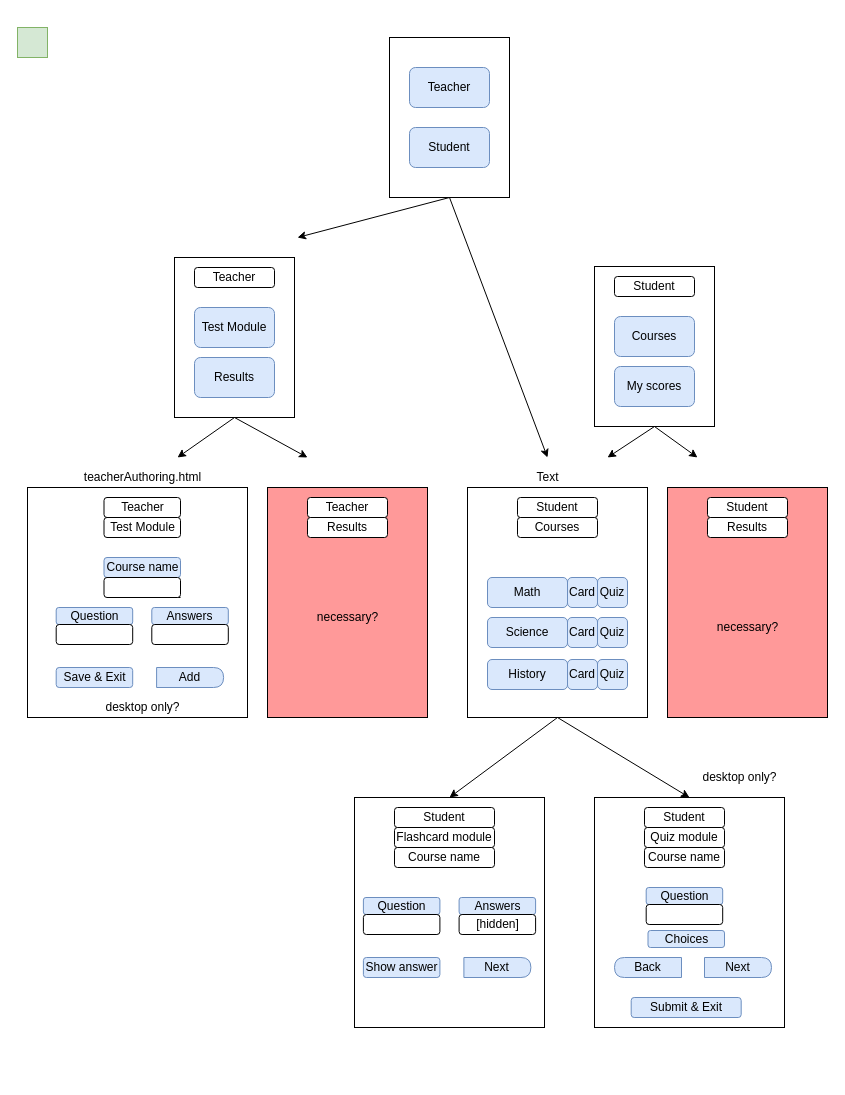
Yousef-Emadi/ZOE-Website keeps this draw.io diagram as page "Page-1" (1 of 2) of Untitled Diagram.drawio. Above is the earlier version. Source tidied: cells renumbered, new cells numbered last; positions are measured from the earlier drawing's top-left corner, leaving out a move shared by most shapes. Both pictures are drawn from the tidied source at 100%, with x=0, y=0 at pixel (17, 27).
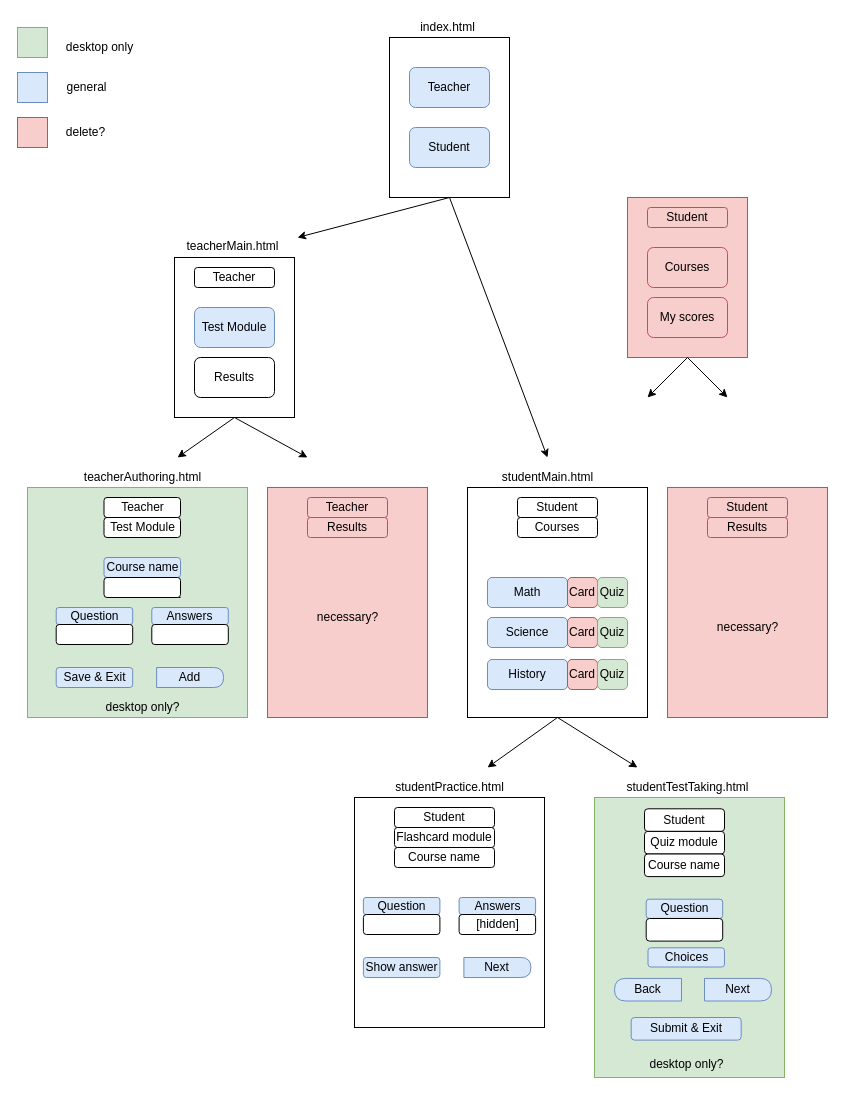
Above is the later version.

Unchanged cells that the change refers to:
```xml
<mxCell id="9" style="group;" parent="1" vertex="1">
  <mxGeometry x="10" y="460" width="220" height="230" as="geometry" />
</mxCell>
<mxCell id="23" style="group;fillColor=#FF6666;" parent="1" vertex="1">
  <mxGeometry x="250" y="460" width="160" height="230" as="geometry" />
</mxCell>
<mxCell id="40" style="rounded=0;whiteSpace=wrap;html=1;" parent="1" vertex="1">
  <mxGeometry x="450" y="460" width="180" height="230" as="geometry" />
</mxCell>
<mxCell id="53" style="rounded=0;whiteSpace=wrap;html=1;" parent="52" vertex="1">
  <mxGeometry width="190" height="230" as="geometry" />
</mxCell>
<mxCell id="76" style="group;" parent="1" vertex="1">
  <mxGeometry x="157" y="230" width="120" height="160" as="geometry" />
</mxCell>
```

Change to the diagram source:
```diff
@@
-    <mxCell id="10" style="rounded=0;whiteSpace=wrap;html=1;" parent="9" vertex="1">
+    <mxCell id="10" style="rounded=0;whiteSpace=wrap;html=1;fillColor=#d5e8d4;strokeColor=#82b366;" parent="9" vertex="1">
       <mxGeometry width="220" height="230" as="geometry" />
     </mxCell>
@@
-    <mxCell id="24" style="rounded=0;whiteSpace=wrap;html=1;fillColor=#FF9999;" parent="23" vertex="1">
+    <mxCell id="24" style="rounded=0;whiteSpace=wrap;html=1;fillColor=#f8cecc;strokeColor=#b85450;" parent="23" vertex="1">
       <mxGeometry width="160" height="230" as="geometry" />
     </mxCell>
-    <mxCell id="25" value="Teacher" style="rounded=1;whiteSpace=wrap;html=1;" parent="23" vertex="1">
+    <mxCell id="25" value="Teacher" style="rounded=1;whiteSpace=wrap;html=1;fillColor=#f8cecc;strokeColor=#b85450;" parent="23" vertex="1">
       <mxGeometry x="40" y="10" width="80" height="20" as="geometry" />
     </mxCell>
-    <mxCell id="26" value="Results" style="rounded=1;whiteSpace=wrap;html=1;" parent="23" vertex="1">
+    <mxCell id="26" value="Results" style="rounded=1;whiteSpace=wrap;html=1;fillColor=#f8cecc;strokeColor=#b85450;" parent="23" vertex="1">
       <mxGeometry x="40" y="30" width="80" height="20" as="geometry" />
     </mxCell>
@@
     <mxCell id="28" style="group;fillColor=#f8cecc;strokeColor=#b85450;" parent="1" vertex="1">
-      <mxGeometry x="577" y="239" width="120" height="160" as="geometry" />
+      <mxGeometry x="610" y="170" width="120" height="160" as="geometry" />
     </mxCell>
-    <mxCell id="29" style="rounded=0;whiteSpace=wrap;html=1;" parent="28" vertex="1">
+    <mxCell id="29" style="rounded=0;whiteSpace=wrap;html=1;fillColor=#f8cecc;strokeColor=#b85450;" parent="28" vertex="1">
       <mxGeometry width="120" height="160" as="geometry" />
     </mxCell>
-    <mxCell id="30" value="Student" style="rounded=1;whiteSpace=wrap;html=1;" parent="28" vertex="1">
+    <mxCell id="30" value="Student" style="rounded=1;whiteSpace=wrap;html=1;fillColor=#f8cecc;strokeColor=#b85450;" parent="28" vertex="1">
       <mxGeometry x="20" y="10" width="80" height="20" as="geometry" />
     </mxCell>
-    <mxCell id="31" value="Courses" style="rounded=1;whiteSpace=wrap;html=1;fillColor=#dae8fc;strokeColor=#6c8ebf;" parent="28" vertex="1">
+    <mxCell id="31" value="Courses" style="rounded=1;whiteSpace=wrap;html=1;fillColor=#f8cecc;strokeColor=#b85450;" parent="28" vertex="1">
       <mxGeometry x="20" y="50" width="80" height="40" as="geometry" />
     </mxCell>
-    <mxCell id="32" value="My scores" style="rounded=1;whiteSpace=wrap;html=1;fillColor=#dae8fc;strokeColor=#6c8ebf;" parent="28" vertex="1">
+    <mxCell id="32" value="My scores" style="rounded=1;whiteSpace=wrap;html=1;fillColor=#f8cecc;strokeColor=#b85450;" parent="28" vertex="1">
       <mxGeometry x="20" y="100" width="80" height="40" as="geometry" />
     </mxCell>
-    <mxCell id="33" style="group;fillColor=#FF9999;" parent="1" vertex="1">
+    <mxCell id="33" style="group;fillColor=#f8cecc;strokeColor=#b85450;" parent="1" vertex="1">
       <mxGeometry x="650" y="460" width="160" height="230" as="geometry" />
     </mxCell>
-    <mxCell id="34" style="rounded=0;whiteSpace=wrap;html=1;fillColor=#FF9999;" parent="33" vertex="1">
+    <mxCell id="34" style="rounded=0;whiteSpace=wrap;html=1;fillColor=#f8cecc;strokeColor=#b85450;" parent="33" vertex="1">
       <mxGeometry width="160" height="230" as="geometry" />
     </mxCell>
-    <mxCell id="35" value="Student" style="rounded=1;whiteSpace=wrap;html=1;" parent="33" vertex="1">
+    <mxCell id="35" value="Student" style="rounded=1;whiteSpace=wrap;html=1;fillColor=#f8cecc;strokeColor=#b85450;" parent="33" vertex="1">
       <mxGeometry x="40" y="10" width="80" height="20" as="geometry" />
     </mxCell>
-    <mxCell id="36" value="Results" style="rounded=1;whiteSpace=wrap;html=1;" parent="33" vertex="1">
+    <mxCell id="36" value="Results" style="rounded=1;whiteSpace=wrap;html=1;fillColor=#f8cecc;strokeColor=#b85450;" parent="33" vertex="1">
       <mxGeometry x="40" y="30" width="80" height="20" as="geometry" />
     </mxCell>
@@
     <mxCell id="38" style="endArrow=classic;html=1;exitX=0.5;exitY=1;exitDx=0;exitDy=0;" parent="1" edge="1" source="29">
       <mxGeometry relative="1" as="geometry">
-        <mxPoint x="680" y="430" as="targetPoint" />
+        <mxPoint x="710" y="370" as="targetPoint" />
       </mxGeometry>
     </mxCell>
     <mxCell id="39" style="endArrow=classic;html=1;exitX=0.5;exitY=1;exitDx=0;exitDy=0;" parent="1" edge="1" source="29">
       <mxGeometry relative="1" as="geometry">
-        <mxPoint x="590" y="430" as="targetPoint" />
+        <mxPoint x="630" y="370" as="targetPoint" />
       </mxGeometry>
     </mxCell>
@@
-    <mxCell id="46" value="Card" style="rounded=1;whiteSpace=wrap;html=1;fillColor=#dae8fc;strokeColor=#6c8ebf;" parent="1" vertex="1">
+    <mxCell id="46" value="Card" style="rounded=1;whiteSpace=wrap;html=1;fillColor=#f8cecc;strokeColor=#b85450;" parent="1" vertex="1">
       <mxGeometry x="550" y="550" width="30" height="30" as="geometry" />
     </mxCell>
-    <mxCell id="47" value="Quiz" style="rounded=1;whiteSpace=wrap;html=1;fillColor=#dae8fc;strokeColor=#6c8ebf;" parent="1" vertex="1">
+    <mxCell id="47" value="Quiz" style="rounded=1;whiteSpace=wrap;html=1;fillColor=#d5e8d4;strokeColor=#82b366;" parent="1" vertex="1">
       <mxGeometry x="580" y="550" width="30" height="30" as="geometry" />
     </mxCell>
-    <mxCell id="48" value="Card" style="rounded=1;whiteSpace=wrap;html=1;fillColor=#dae8fc;strokeColor=#6c8ebf;" parent="1" vertex="1">
+    <mxCell id="48" value="Card" style="rounded=1;whiteSpace=wrap;html=1;fillColor=#f8cecc;strokeColor=#b85450;" parent="1" vertex="1">
       <mxGeometry x="550" y="590" width="30" height="30" as="geometry" />
     </mxCell>
-    <mxCell id="49" value="Quiz" style="rounded=1;whiteSpace=wrap;html=1;fillColor=#dae8fc;strokeColor=#6c8ebf;" parent="1" vertex="1">
+    <mxCell id="49" value="Quiz" style="rounded=1;whiteSpace=wrap;html=1;fillColor=#d5e8d4;strokeColor=#82b366;" parent="1" vertex="1">
       <mxGeometry x="580" y="590" width="30" height="30" as="geometry" />
     </mxCell>
-    <mxCell id="50" value="Card" style="rounded=1;whiteSpace=wrap;html=1;fillColor=#dae8fc;strokeColor=#6c8ebf;" parent="1" vertex="1">
+    <mxCell id="50" value="Card" style="rounded=1;whiteSpace=wrap;html=1;fillColor=#f8cecc;strokeColor=#b85450;" parent="1" vertex="1">
       <mxGeometry x="550" y="632" width="30" height="30" as="geometry" />
     </mxCell>
-    <mxCell id="51" value="Quiz" style="rounded=1;whiteSpace=wrap;html=1;fillColor=#dae8fc;strokeColor=#6c8ebf;" parent="1" vertex="1">
+    <mxCell id="51" value="Quiz" style="rounded=1;whiteSpace=wrap;html=1;fillColor=#d5e8d4;strokeColor=#82b366;" parent="1" vertex="1">
       <mxGeometry x="580" y="632" width="30" height="30" as="geometry" />
     </mxCell>
@@
-    <mxCell id="63" style="group;" parent="1" vertex="1">
-      <mxGeometry x="577" y="770" width="190" height="230" as="geometry" />
+    <mxCell id="63" style="group;fillColor=#d5e8d4;strokeColor=#82b366;" parent="1" vertex="1">
+      <mxGeometry x="577" y="770" width="190" height="280" as="geometry" />
     </mxCell>
-    <mxCell id="64" style="rounded=0;whiteSpace=wrap;html=1;" parent="63" vertex="1">
-      <mxGeometry width="190" height="230" as="geometry" />
+    <mxCell id="64" style="rounded=0;whiteSpace=wrap;html=1;fillColor=#d5e8d4;strokeColor=#82b366;" parent="63" vertex="1">
+      <mxGeometry width="190" height="280" as="geometry" />
     </mxCell>
     <mxCell id="65" value="Student" style="rounded=1;whiteSpace=wrap;html=1;" parent="63" vertex="1">
-      <mxGeometry x="50" y="10" width="80" height="20" as="geometry" />
+      <mxGeometry x="50" y="11.3" width="80" height="22.6" as="geometry" />
     </mxCell>
     <mxCell id="66" value="Quiz module" style="rounded=1;whiteSpace=wrap;html=1;" parent="63" vertex="1">
-      <mxGeometry x="50" y="30" width="80" height="20" as="geometry" />
+      <mxGeometry x="50" y="33.9" width="80" height="22.6" as="geometry" />
     </mxCell>
     <mxCell id="67" value="Question" style="rounded=1;whiteSpace=wrap;html=1;fillColor=#dae8fc;strokeColor=#6c8ebf;" parent="63" vertex="1">
-      <mxGeometry x="51.7" y="90" width="76.5" height="17" as="geometry" />
+      <mxGeometry x="51.7" y="101.7" width="76.5" height="19.2" as="geometry" />
     </mxCell>
     <mxCell id="68" style="rounded=1;whiteSpace=wrap;html=1;" parent="63" vertex="1">
-      <mxGeometry x="51.7" y="107" width="76.5" height="20" as="geometry" />
+      <mxGeometry x="51.7" y="121" width="76.5" height="22.6" as="geometry" />
     </mxCell>
     <mxCell id="69" value="Next" style="shape=delay;whiteSpace=wrap;html=1;fontSize=12;fillColor=#dae8fc;strokeColor=#6c8ebf;" parent="63" vertex="1">
-      <mxGeometry x="110" y="160" width="67" height="20" as="geometry" />
+      <mxGeometry x="110" y="180.9" width="67" height="22.6" as="geometry" />
     </mxCell>
     <mxCell id="70" value="Submit &amp;amp; Exit" style="rounded=1;whiteSpace=wrap;html=1;fillColor=#dae8fc;strokeColor=#6c8ebf;" parent="63" vertex="1">
-      <mxGeometry x="36.7" y="200" width="110" height="20" as="geometry" />
+      <mxGeometry x="36.7" y="220" width="110" height="22.6" as="geometry" />
     </mxCell>
     <mxCell id="71" value="Course name" style="rounded=1;whiteSpace=wrap;html=1;" parent="63" vertex="1">
-      <mxGeometry x="50" y="50" width="80" height="20" as="geometry" />
+      <mxGeometry x="50" y="56.5" width="80" height="22.6" as="geometry" />
     </mxCell>
     <mxCell id="72" value="Choices" style="rounded=1;whiteSpace=wrap;html=1;fillColor=#dae8fc;strokeColor=#6c8ebf;" parent="63" vertex="1">
-      <mxGeometry x="53.5" y="133" width="76.5" height="17" as="geometry" />
+      <mxGeometry x="53.5" y="150.3" width="76.5" height="19.2" as="geometry" />
     </mxCell>
     <mxCell id="73" value="Back" style="shape=delay;whiteSpace=wrap;html=1;fontSize=12;fillColor=#dae8fc;strokeColor=#6c8ebf;flipH=1;" parent="63" vertex="1">
-      <mxGeometry x="20" y="160" width="67" height="20" as="geometry" />
+      <mxGeometry x="20" y="180.9" width="67" height="22.6" as="geometry" />
     </mxCell>
+    <mxCell id="81" value="desktop only?" style="text;html=1;align=center;verticalAlign=middle;" parent="63" vertex="1">
+      <mxGeometry x="46.7" y="256.6" width="90" height="20" as="geometry" />
+    </mxCell>
-    <mxCell id="74" style="endArrow=classic;html=1;exitX=0.5;exitY=1;exitDx=0;exitDy=0;entryX=0.5;entryY=0;entryDx=0;entryDy=0;" parent="1" edge="1" source="40" target="64">
-      <mxGeometry relative="1" as="geometry" />
+    <mxCell id="74" style="endArrow=classic;html=1;exitX=0.5;exitY=1;exitDx=0;exitDy=0;" parent="1" edge="1" source="40">
+      <mxGeometry relative="1" as="geometry">
+        <mxPoint x="620" y="740" as="targetPoint" />
+      </mxGeometry>
     </mxCell>
-    <mxCell id="75" style="endArrow=classic;html=1;exitX=0.5;exitY=1;exitDx=0;exitDy=0;entryX=0.5;entryY=0;entryDx=0;entryDy=0;" parent="1" edge="1" source="40" target="53">
-      <mxGeometry relative="1" as="geometry" />
+    <mxCell id="75" style="endArrow=classic;html=1;exitX=0.5;exitY=1;exitDx=0;exitDy=0;" parent="1" edge="1" source="40">
+      <mxGeometry relative="1" as="geometry">
+        <mxPoint x="470" y="740" as="targetPoint" />
+      </mxGeometry>
     </mxCell>
@@
-    <mxCell id="80" value="Results" style="rounded=1;whiteSpace=wrap;html=1;fillColor=#dae8fc;strokeColor=#6c8ebf;" parent="76" vertex="1">
+    <mxCell id="80" value="Results" style="rounded=1;whiteSpace=wrap;html=1;" parent="76" vertex="1">
       <mxGeometry x="20" y="100" width="80" height="40" as="geometry" />
     </mxCell>
-    <mxCell id="81" value="desktop only?" style="text;html=1;align=center;verticalAlign=middle;" parent="1" vertex="1">
-      <mxGeometry x="677" y="740" width="90" height="20" as="geometry" />
-    </mxCell>
@@
-    <mxCell id="83" value="Text" style="text;html=1;align=center;verticalAlign=middle;fillColor=none;strokeColor=none;rounded=0;" parent="1" vertex="1">
-      <mxGeometry x="510" y="440" width="40" height="20" as="geometry" />
+    <mxCell id="83" value="studentMain.html" style="text;html=1;align=center;verticalAlign=middle;fillColor=none;strokeColor=none;rounded=0;" parent="1" vertex="1">
+      <mxGeometry x="475" y="440" width="110" height="20" as="geometry" />
     </mxCell>
@@
+    <mxCell id="85" style="rounded=0;whiteSpace=wrap;html=1;fillColor=#dae8fc;strokeColor=#6c8ebf;" parent="1" vertex="1">
+      <mxGeometry y="45" width="30" height="30" as="geometry" />
+    </mxCell>
+    <mxCell id="86" style="rounded=0;whiteSpace=wrap;html=1;fillColor=#f8cecc;strokeColor=#b85450;" parent="1" vertex="1">
+      <mxGeometry y="90" width="30" height="30" as="geometry" />
+    </mxCell>
+    <mxCell id="87" value="desktop only" style="text;html=1;align=center;verticalAlign=middle;" parent="1" vertex="1">
+      <mxGeometry x="42" y="10" width="80" height="20" as="geometry" />
+    </mxCell>
+    <mxCell id="88" value="delete?" style="text;html=1;align=center;verticalAlign=middle;" parent="1" vertex="1">
+      <mxGeometry x="43" y="95" width="50" height="20" as="geometry" />
+    </mxCell>
+    <mxCell id="89" value="general" style="text;html=1;align=center;verticalAlign=middle;" parent="1" vertex="1">
+      <mxGeometry x="39" y="50" width="60" height="20" as="geometry" />
+    </mxCell>
+    <mxCell id="90" value="teacherMain.html" style="text;html=1;align=center;verticalAlign=middle;" parent="1" vertex="1">
+      <mxGeometry x="160" y="209" width="110" height="20" as="geometry" />
+    </mxCell>
+    <mxCell id="91" value="index.html" style="text;html=1;align=center;verticalAlign=middle;" parent="1" vertex="1">
+      <mxGeometry x="395" y="-10" width="70" height="20" as="geometry" />
+    </mxCell>
+    <mxCell id="92" value="studentTestTaking.html" style="text;html=1;align=center;verticalAlign=middle;" parent="1" vertex="1">
+      <mxGeometry x="600" y="750" width="140" height="20" as="geometry" />
+    </mxCell>
+    <mxCell id="93" value="studentPractice.html" style="text;html=1;align=center;verticalAlign=middle;" parent="1" vertex="1">
+      <mxGeometry x="372" y="750" width="120" height="20" as="geometry" />
+    </mxCell>
```
